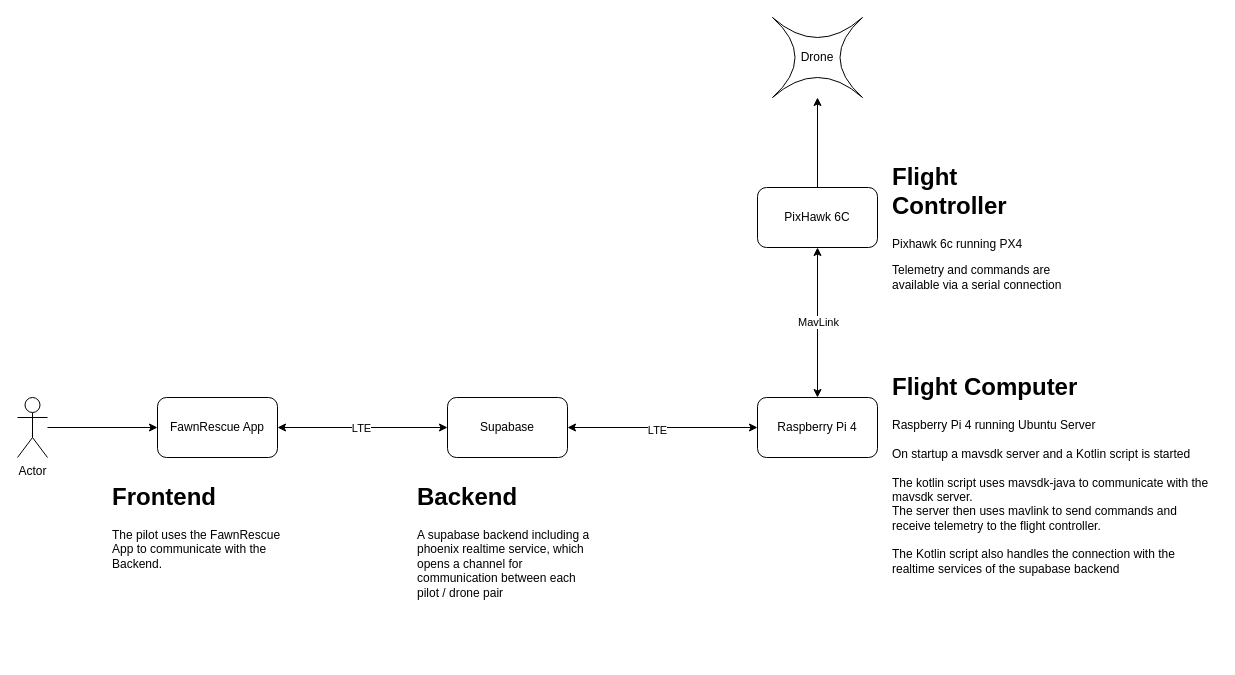
The draw.io diagram Communication.drawio in FawnRescue/planning, before the edit. Source tidied: cells renumbered, new cells numbered last; positions are measured from the earlier drawing's top-left corner, leaving out a move shared by most shapes. Both pictures are drawn from the tidied source at 100%, with x=0, y=0 at pixel (17, 17).
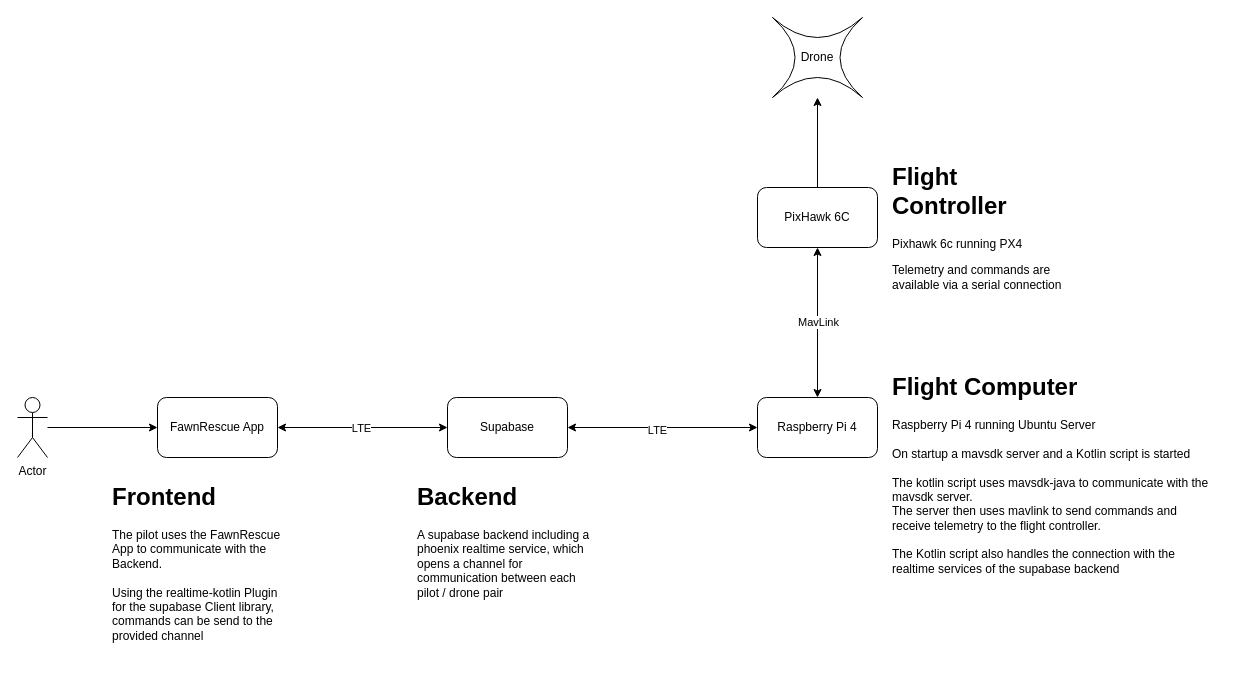
The same page after the edit.

What changed in the source:
```diff
@@
-    <mxCell id="19" value="&lt;h1&gt;Frontend&lt;br&gt;&lt;/h1&gt;The pilot uses the FawnRescue App to communicate with the Backend." style="text;html=1;strokeColor=none;fillColor=none;spacing=5;spacingTop=-20;whiteSpace=wrap;overflow=hidden;rounded=0;" parent="1" vertex="1">
-      <mxGeometry x="90" y="460" width="190" height="140" as="geometry" />
+    <mxCell id="19" value="&lt;h1&gt;Frontend&lt;br&gt;&lt;/h1&gt;&lt;div&gt;The pilot uses the FawnRescue App to communicate with the Backend.&lt;/div&gt;&lt;div&gt;&lt;br&gt;&lt;/div&gt;&lt;div&gt;Using the realtime-kotlin Plugin for the supabase Client library, commands can be send to the provided channel&lt;br&gt;&lt;/div&gt;" style="text;html=1;strokeColor=none;fillColor=none;spacing=5;spacingTop=-20;whiteSpace=wrap;overflow=hidden;rounded=0;" parent="1" vertex="1">
+      <mxGeometry x="90" y="460" width="190" height="180" as="geometry" />
     </mxCell>
```
